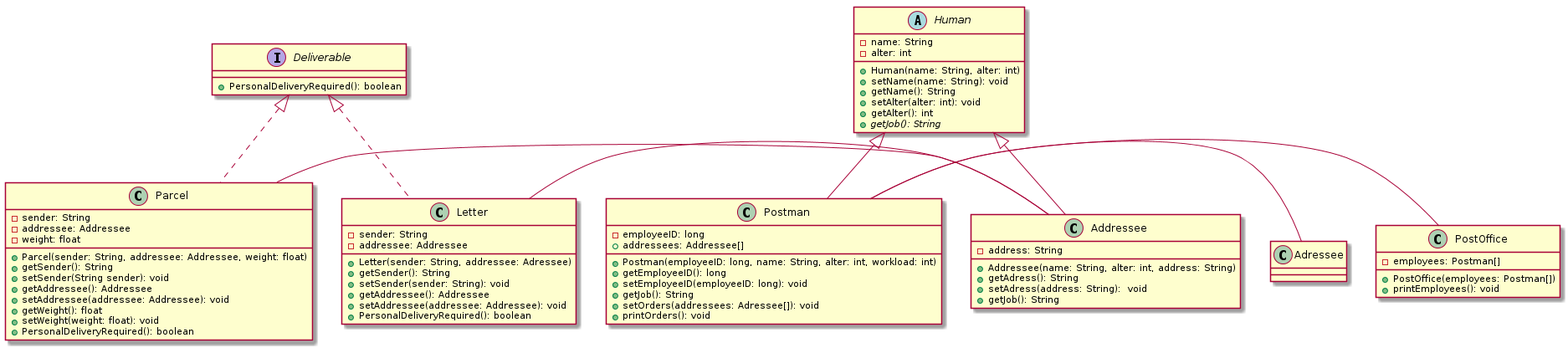
Before: exercises/08_uml.png, a diagram exported from PlantUML (morpfl/javakurs).
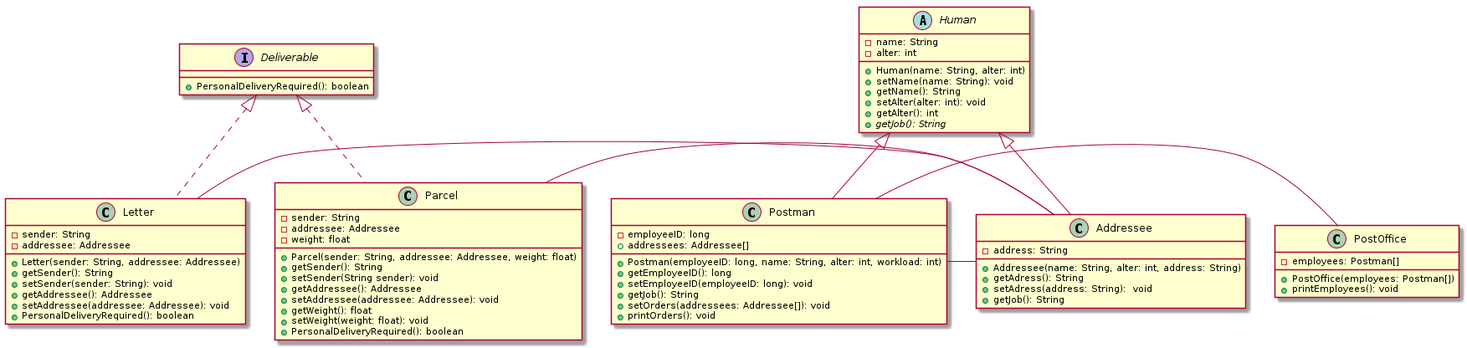
Above is the later version.

Commit message:
Jetzt bitte

Change to the diagram source:
```diff
@@ -1,7 +1,7 @@
 @startuml
 
 Postman - PostOffice
-Postman - Adressee
+Postman - Addressee
 Letter - Addressee
 Parcel - Addressee
 
@@ -30,7 +30,7 @@
   +getEmployeeID(): long
   +setEmployeeID(employeeID: long): void
   +getJob(): String
-  +setOrders(addressees: Adressee[]): void
+  +setOrders(addressees: Addressee[]): void
   +printOrders(): void
 }
 interface Deliverable{
@@ -39,7 +39,7 @@
 class Letter implements Deliverable{
   -sender: String
   - addressee: Addressee
-  +Letter(sender: String, addressee: Adressee)
+  +Letter(sender: String, addressee: Addressee)
   +getSender(): String
   +setSender(sender: String): void
   +getAddressee(): Addressee
```
